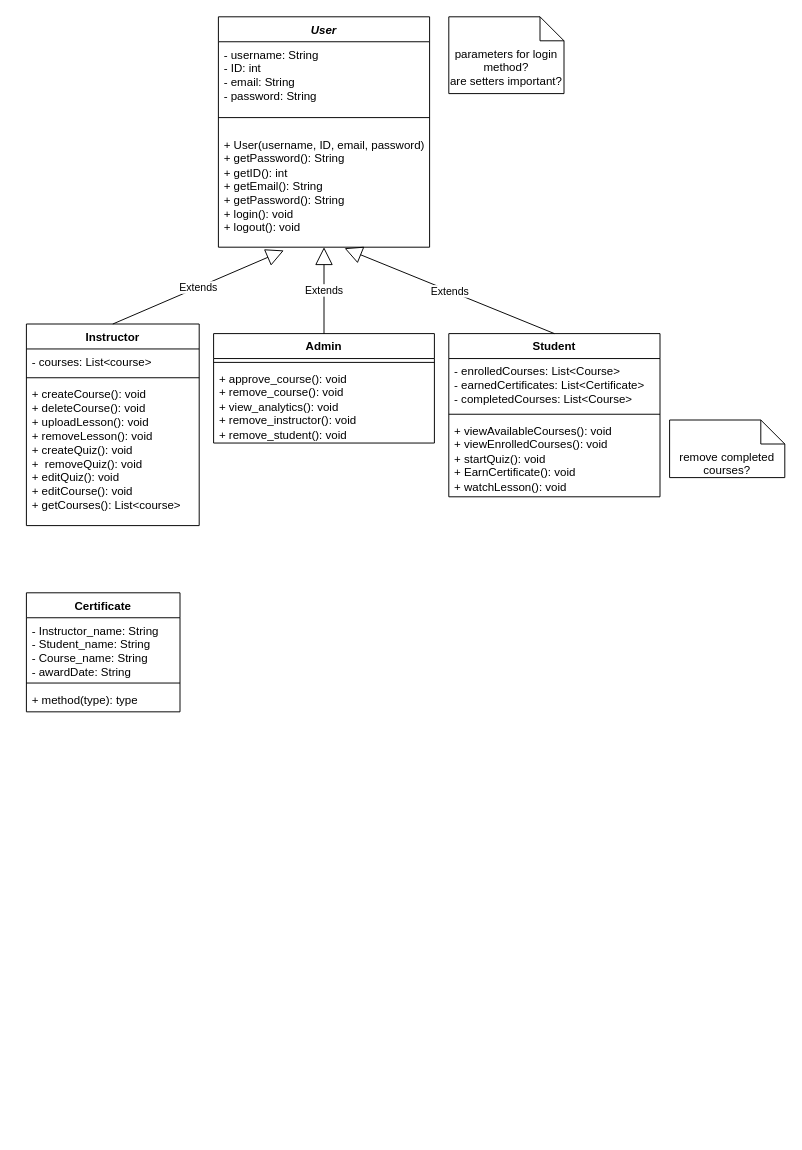
Before: class diagram.drawio in Mahmoud5704/Bismillahi_arRahmani_arRahim-UML-, a draw.io diagram. Source tidied: cells renumbered, new cells numbered last; positions are measured from the earlier drawing's top-left corner, leaving out a move shared by most shapes. Both pictures are drawn from the tidied source at 96%, with x=0, y=0 at pixel (26, 16).
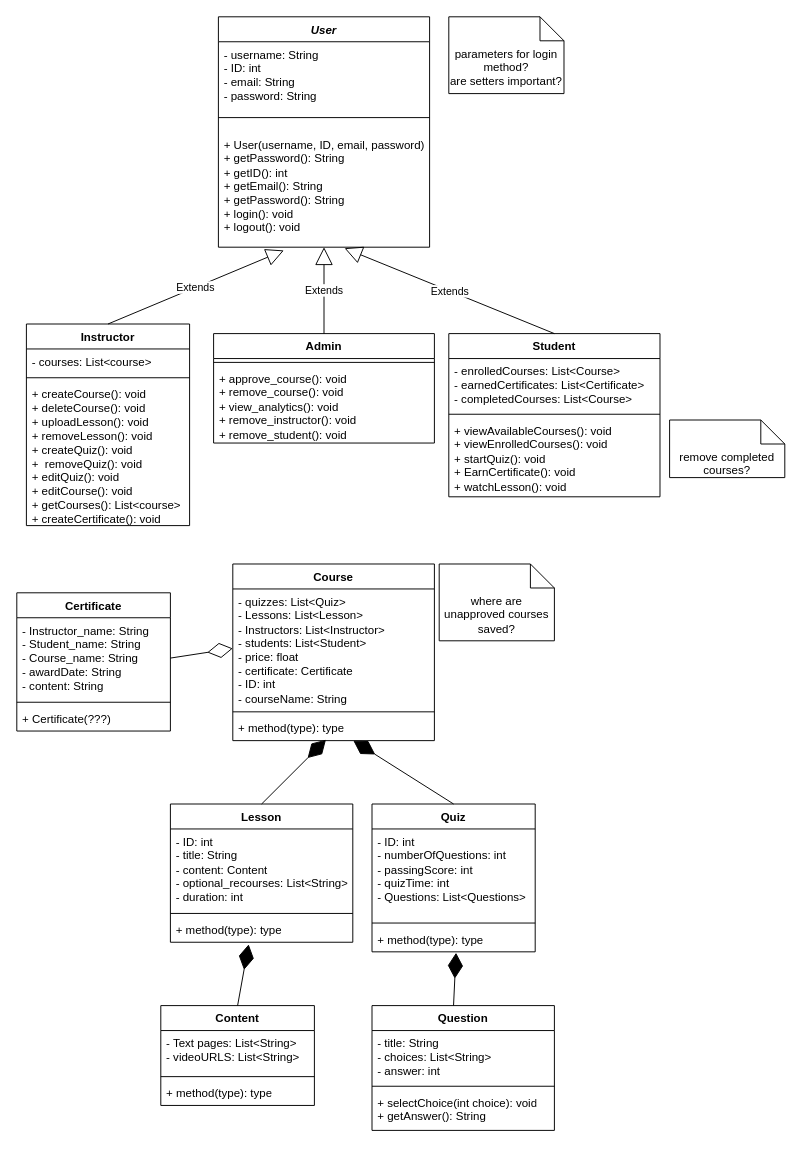
The same page after the edit.

Commit message:
add course subclasses

Diff of the diagram source:
```diff
@@
     <mxCell id="8" value="Instructor" style="swimlane;fontStyle=1;align=center;verticalAlign=top;horizontal=1;startSize=26;whiteSpace=wrap;html=1;" parent="1" vertex="1">
-      <mxGeometry y="320" width="180" height="210" as="geometry" />
+      <mxGeometry y="320" width="170" height="210" as="geometry" />
     </mxCell>
     <mxCell id="9" value="- courses: List&amp;lt;course&amp;gt;" style="text;strokeColor=none;fillColor=none;align=left;verticalAlign=top;spacingLeft=4;spacingRight=4;overflow=hidden;whiteSpace=wrap;html=1;" parent="8" vertex="1">
-      <mxGeometry y="26" width="180" height="26" as="geometry" />
+      <mxGeometry y="26" width="170" height="26" as="geometry" />
     </mxCell>
     <mxCell id="10" style="line;strokeWidth=1;fillColor=none;align=left;verticalAlign=middle;spacingTop=-1;spacingLeft=3;spacingRight=3;labelPosition=right;strokeColor=inherit;" parent="8" vertex="1">
-      <mxGeometry y="52" width="180" height="8" as="geometry" />
+      <mxGeometry y="52" width="170" height="8" as="geometry" />
     </mxCell>
-    <mxCell id="11" value="+ createCourse(): void&lt;div&gt;+ deleteCourse(): void&lt;/div&gt;&lt;div&gt;+ uploadLesson(): void&lt;/div&gt;&lt;div&gt;+ removeLesson(): void&lt;/div&gt;&lt;div&gt;+ createQuiz(): void&lt;/div&gt;&lt;div&gt;+&amp;nbsp; removeQuiz(): void&lt;/div&gt;&lt;div&gt;+ editQuiz(): void&lt;/div&gt;&lt;div&gt;+ editCourse(): void&lt;/div&gt;&lt;div&gt;+ getCourses(): List&amp;lt;course&amp;gt;&lt;/div&gt;" style="text;strokeColor=none;fillColor=none;align=left;verticalAlign=top;spacingLeft=4;spacingRight=4;overflow=hidden;whiteSpace=wrap;html=1;" parent="8" vertex="1">
-      <mxGeometry y="60" width="180" height="150" as="geometry" />
+    <mxCell id="11" value="+ createCourse(): void&lt;div&gt;+ deleteCourse(): void&lt;/div&gt;&lt;div&gt;+ uploadLesson(): void&lt;/div&gt;&lt;div&gt;+ removeLesson(): void&lt;/div&gt;&lt;div&gt;+ createQuiz(): void&lt;/div&gt;&lt;div&gt;+&amp;nbsp; removeQuiz(): void&lt;/div&gt;&lt;div&gt;+ editQuiz(): void&lt;/div&gt;&lt;div&gt;+ editCourse(): void&lt;/div&gt;&lt;div&gt;+ getCourses(): List&amp;lt;course&amp;gt;&lt;/div&gt;&lt;div&gt;+ createCertificate(): void&lt;/div&gt;" style="text;strokeColor=none;fillColor=none;align=left;verticalAlign=top;spacingLeft=4;spacingRight=4;overflow=hidden;whiteSpace=wrap;html=1;" parent="8" vertex="1">
+      <mxGeometry y="60" width="170" height="150" as="geometry" />
     </mxCell>
@@
     <mxCell id="23" value="Certificate" style="swimlane;fontStyle=1;align=center;verticalAlign=top;horizontal=1;startSize=26;whiteSpace=wrap;html=1;" parent="1" vertex="1">
-      <mxGeometry y="600" width="160" height="124" as="geometry" />
+      <mxGeometry x="-10" y="600" width="160" height="144" as="geometry" />
     </mxCell>
-    <mxCell id="24" value="- Instructor_name: String&lt;div&gt;- Student_name: String&lt;/div&gt;&lt;div&gt;- Course_name: String&lt;/div&gt;&lt;div&gt;- awardDate: String&lt;/div&gt;" style="text;strokeColor=none;fillColor=none;align=left;verticalAlign=top;spacingLeft=4;spacingRight=4;overflow=hidden;points=[[0,0.5],[1,0.5]];portConstraint=eastwest;whiteSpace=wrap;html=1;" parent="23" vertex="1">
-      <mxGeometry y="26" width="160" height="64" as="geometry" />
+    <mxCell id="24" value="- Instructor_name: String&lt;div&gt;- Student_name: String&lt;/div&gt;&lt;div&gt;- Course_name: String&lt;/div&gt;&lt;div&gt;- awardDate: String&lt;/div&gt;&lt;div&gt;- content: String&lt;/div&gt;" style="text;strokeColor=none;fillColor=none;align=left;verticalAlign=top;spacingLeft=4;spacingRight=4;overflow=hidden;points=[[0,0.5],[1,0.5]];portConstraint=eastwest;whiteSpace=wrap;html=1;" parent="23" vertex="1">
+      <mxGeometry y="26" width="160" height="84" as="geometry" />
     </mxCell>
     <mxCell id="25" style="line;strokeWidth=1;fillColor=none;align=left;verticalAlign=middle;spacingTop=-1;spacingLeft=3;spacingRight=3;labelPosition=right;strokeColor=inherit;" parent="23" vertex="1">
-      <mxGeometry y="90" width="160" height="8" as="geometry" />
+      <mxGeometry y="110" width="160" height="8" as="geometry" />
     </mxCell>
-    <mxCell id="26" value="+ method(type): type" style="text;strokeColor=none;fillColor=none;align=left;verticalAlign=top;spacingLeft=4;spacingRight=4;overflow=hidden;whiteSpace=wrap;html=1;" parent="23" vertex="1">
-      <mxGeometry y="98" width="160" height="26" as="geometry" />
+    <mxCell id="26" value="+ Certificate(???)" style="text;strokeColor=none;fillColor=none;align=left;verticalAlign=top;spacingLeft=4;spacingRight=4;overflow=hidden;whiteSpace=wrap;html=1;" parent="23" vertex="1">
+      <mxGeometry y="118" width="160" height="26" as="geometry" />
     </mxCell>
+    <mxCell id="27" value="Course" style="swimlane;fontStyle=1;align=center;verticalAlign=top;horizontal=1;startSize=26;whiteSpace=wrap;html=1;" parent="1" vertex="1">
+      <mxGeometry x="215" y="570" width="210" height="184" as="geometry" />
+    </mxCell>
+    <mxCell id="28" value="- quizzes: List&amp;lt;Quiz&amp;gt;&lt;div&gt;- Lessons: List&amp;lt;Lesson&amp;gt;&lt;/div&gt;&lt;div&gt;- Instructors: List&amp;lt;Instructor&amp;gt;&lt;/div&gt;&lt;div&gt;- students: List&amp;lt;Student&amp;gt;&lt;/div&gt;&lt;div&gt;- price: float&lt;/div&gt;&lt;div&gt;- certificate: Certificate&lt;/div&gt;&lt;div&gt;- ID: int&lt;/div&gt;&lt;div&gt;- courseName: String&lt;/div&gt;" style="text;strokeColor=none;fillColor=none;align=left;verticalAlign=top;spacingLeft=4;spacingRight=4;overflow=hidden;points=[[0,0.5],[1,0.5]];portConstraint=eastwest;whiteSpace=wrap;html=1;" parent="27" vertex="1">
+      <mxGeometry y="26" width="210" height="124" as="geometry" />
+    </mxCell>
+    <mxCell id="29" style="line;strokeWidth=1;fillColor=none;align=left;verticalAlign=middle;spacingTop=-1;spacingLeft=3;spacingRight=3;labelPosition=right;strokeColor=inherit;" parent="27" vertex="1">
+      <mxGeometry y="150" width="210" height="8" as="geometry" />
+    </mxCell>
+    <mxCell id="30" value="+ method(type): type" style="text;strokeColor=none;fillColor=none;align=left;verticalAlign=top;spacingLeft=4;spacingRight=4;overflow=hidden;points=[[0,0.5],[1,0.5]];portConstraint=eastwest;whiteSpace=wrap;html=1;" parent="27" vertex="1">
+      <mxGeometry y="158" width="210" height="26" as="geometry" />
+    </mxCell>
+    <mxCell id="31" value="where are unapproved courses saved?" style="shape=note2;boundedLbl=1;whiteSpace=wrap;html=1;size=25;verticalAlign=top;align=center;" parent="1" vertex="1">
+      <mxGeometry x="430" y="570" width="120" height="80" as="geometry" />
+    </mxCell>
+    <mxCell id="32" value="Lesson" style="swimlane;fontStyle=1;align=center;verticalAlign=top;horizontal=1;startSize=26;whiteSpace=wrap;html=1;" parent="1" vertex="1">
+      <mxGeometry x="150" y="820" width="190" height="144" as="geometry" />
+    </mxCell>
+    <mxCell id="33" value="- ID: int&lt;div&gt;- title: String&lt;/div&gt;&lt;div&gt;- content: Content&lt;/div&gt;&lt;div&gt;- optional_recourses: List&amp;lt;String&amp;gt;&lt;/div&gt;&lt;div&gt;- duration: int&lt;/div&gt;" style="text;strokeColor=none;fillColor=none;align=left;verticalAlign=top;spacingLeft=4;spacingRight=4;overflow=hidden;whiteSpace=wrap;html=1;" parent="32" vertex="1">
+      <mxGeometry y="26" width="190" height="84" as="geometry" />
+    </mxCell>
+    <mxCell id="34" style="line;strokeWidth=1;fillColor=none;align=left;verticalAlign=middle;spacingTop=-1;spacingLeft=3;spacingRight=3;labelPosition=right;strokeColor=inherit;" parent="32" vertex="1">
+      <mxGeometry y="110" width="190" height="8" as="geometry" />
+    </mxCell>
+    <mxCell id="35" value="+ method(type): type" style="text;strokeColor=none;fillColor=none;align=left;verticalAlign=top;spacingLeft=4;spacingRight=4;overflow=hidden;points=[[0,0.5],[1,0.5]];portConstraint=eastwest;whiteSpace=wrap;html=1;" parent="32" vertex="1">
+      <mxGeometry y="118" width="190" height="26" as="geometry" />
+    </mxCell>
+    <mxCell id="36" value="Quiz" style="swimlane;fontStyle=1;align=center;verticalAlign=top;horizontal=1;startSize=26;whiteSpace=wrap;html=1;" parent="1" vertex="1">
+      <mxGeometry x="360" y="820" width="170" height="154" as="geometry" />
+    </mxCell>
+    <mxCell id="37" value="- ID: int&lt;div&gt;- numberOfQuestions: int&lt;/div&gt;&lt;div&gt;- passingScore: int&lt;/div&gt;&lt;div&gt;- quizTime: int&lt;/div&gt;&lt;div&gt;- Questions: List&amp;lt;Questions&amp;gt;&lt;/div&gt;" style="text;strokeColor=none;fillColor=none;align=left;verticalAlign=top;spacingLeft=4;spacingRight=4;overflow=hidden;whiteSpace=wrap;html=1;" parent="36" vertex="1">
+      <mxGeometry y="26" width="170" height="94" as="geometry" />
+    </mxCell>
+    <mxCell id="38" style="line;strokeWidth=1;fillColor=none;align=left;verticalAlign=middle;spacingTop=-1;spacingLeft=3;spacingRight=3;labelPosition=right;strokeColor=inherit;" parent="36" vertex="1">
+      <mxGeometry y="120" width="170" height="8" as="geometry" />
+    </mxCell>
+    <mxCell id="39" value="+ method(type): type" style="text;strokeColor=none;fillColor=none;align=left;verticalAlign=top;spacingLeft=4;spacingRight=4;overflow=hidden;points=[[0,0.5],[1,0.5]];portConstraint=eastwest;whiteSpace=wrap;html=1;" parent="36" vertex="1">
+      <mxGeometry y="128" width="170" height="26" as="geometry" />
+    </mxCell>
+    <mxCell id="40" value="Question" style="swimlane;fontStyle=1;align=center;verticalAlign=top;horizontal=1;startSize=26;whiteSpace=wrap;html=1;" parent="1" vertex="1">
+      <mxGeometry x="360" y="1030" width="190" height="130" as="geometry" />
+    </mxCell>
+    <mxCell id="41" value="- title: String&lt;div&gt;- choices: List&amp;lt;String&amp;gt;&lt;/div&gt;&lt;div&gt;- answer: int&lt;/div&gt;" style="text;strokeColor=none;fillColor=none;align=left;verticalAlign=top;spacingLeft=4;spacingRight=4;overflow=hidden;whiteSpace=wrap;html=1;" parent="40" vertex="1">
+      <mxGeometry y="26" width="190" height="54" as="geometry" />
+    </mxCell>
+    <mxCell id="42" style="line;strokeWidth=1;fillColor=none;align=left;verticalAlign=middle;spacingTop=-1;spacingLeft=3;spacingRight=3;labelPosition=right;strokeColor=inherit;" parent="40" vertex="1">
+      <mxGeometry y="80" width="190" height="8" as="geometry" />
+    </mxCell>
+    <mxCell id="43" value="+ selectChoice(int choice): void&lt;div&gt;+ getAnswer(): String&lt;/div&gt;" style="text;strokeColor=none;fillColor=none;align=left;verticalAlign=top;spacingLeft=4;spacingRight=4;overflow=hidden;whiteSpace=wrap;html=1;" parent="40" vertex="1">
+      <mxGeometry y="88" width="190" height="42" as="geometry" />
+    </mxCell>
+    <mxCell id="44" value="Content" style="swimlane;fontStyle=1;align=center;verticalAlign=top;horizontal=1;startSize=26;whiteSpace=wrap;html=1;" parent="1" vertex="1">
+      <mxGeometry x="140" y="1030" width="160" height="104" as="geometry" />
+    </mxCell>
+    <mxCell id="45" value="- Text pages: List&amp;lt;String&amp;gt;&lt;div&gt;- videoURLS: List&amp;lt;String&amp;gt;&lt;/div&gt;" style="text;strokeColor=none;fillColor=none;align=left;verticalAlign=top;spacingLeft=4;spacingRight=4;overflow=hidden;whiteSpace=wrap;html=1;" parent="44" vertex="1">
+      <mxGeometry y="26" width="160" height="44" as="geometry" />
+    </mxCell>
+    <mxCell id="46" style="line;strokeWidth=1;fillColor=none;align=left;verticalAlign=middle;spacingTop=-1;spacingLeft=3;spacingRight=3;labelPosition=right;strokeColor=inherit;" parent="44" vertex="1">
+      <mxGeometry y="70" width="160" height="8" as="geometry" />
+    </mxCell>
+    <mxCell id="47" value="+ method(type): type" style="text;strokeColor=none;fillColor=none;align=left;verticalAlign=top;spacingLeft=4;spacingRight=4;overflow=hidden;whiteSpace=wrap;html=1;" parent="44" vertex="1">
+      <mxGeometry y="78" width="160" height="26" as="geometry" />
+    </mxCell>
+    <mxCell id="48" style="endArrow=diamondThin;endFill=1;endSize=24;html=1;rounded=0;exitX=0.447;exitY=0;exitDx=0;exitDy=0;exitPerimeter=0;entryX=0.515;entryY=1.039;entryDx=0;entryDy=0;entryPerimeter=0;" parent="1" edge="1" source="40" target="39">
+      <mxGeometry relative="1" as="geometry" />
+    </mxCell>
+    <mxCell id="49" style="endArrow=diamondThin;endFill=1;endSize=24;html=1;rounded=0;exitX=0.5;exitY=0;exitDx=0;exitDy=0;entryX=0.429;entryY=1.086;entryDx=0;entryDy=0;entryPerimeter=0;" parent="1" edge="1" source="44" target="35">
+      <mxGeometry relative="1" as="geometry" />
+    </mxCell>
+    <mxCell id="50" style="endArrow=diamondThin;endFill=0;endSize=24;html=1;rounded=0;exitX=1;exitY=0.5;exitDx=0;exitDy=0;entryX=0;entryY=0.5;entryDx=0;entryDy=0;" parent="1" edge="1" source="24" target="28">
+      <mxGeometry relative="1" as="geometry" />
+    </mxCell>
+    <mxCell id="51" style="endArrow=diamondThin;endFill=1;endSize=24;html=1;rounded=0;exitX=0.5;exitY=0;exitDx=0;exitDy=0;" parent="1" edge="1" source="36" target="30">
+      <mxGeometry relative="1" as="geometry" />
+    </mxCell>
+    <mxCell id="52" style="endArrow=diamondThin;endFill=1;endSize=24;html=1;rounded=0;exitX=0.5;exitY=0;exitDx=0;exitDy=0;entryX=0.462;entryY=0.963;entryDx=0;entryDy=0;entryPerimeter=0;" parent="1" edge="1" source="32" target="30">
+      <mxGeometry relative="1" as="geometry" />
+    </mxCell>
```
